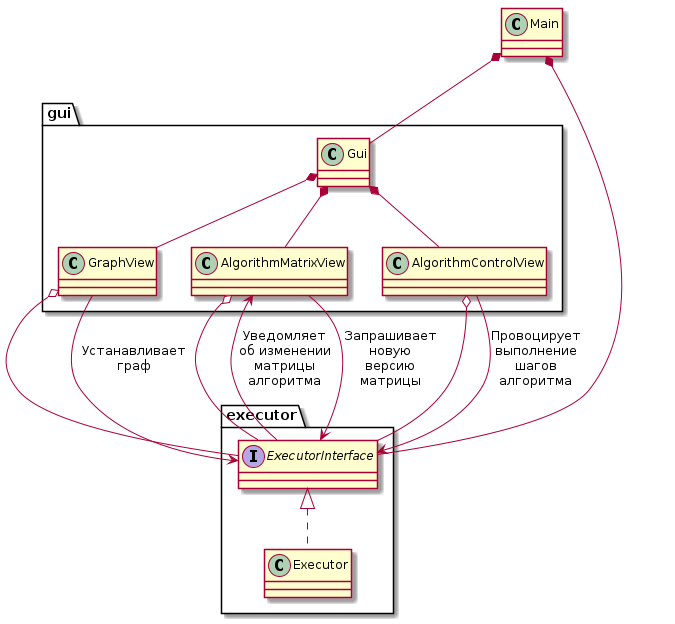
This is images/classes.png from Heliconter/floyd-warshall-visualizer, a PlantUML export, as it was before one commit. The source it was exported from:
```plantuml
@startuml
class Main
package gui {
	class GraphView
	class AlgorithmMatrixView
	class AlgorithmControlView
	class Gui
}
package executor {
	interface ExecutorInterface
	class Executor
}


Main *-- ExecutorInterface
Main *-- Gui
Gui *-- GraphView
Gui *-- AlgorithmMatrixView
Gui *-- AlgorithmControlView

GraphView o-- ExecutorInterface
GraphView --> ExecutorInterface : "Устанавливает\nграф"

AlgorithmControlView o-- ExecutorInterface
AlgorithmControlView --> ExecutorInterface : "Провоцирует\nвыполнение\nшагов\nалгоритма"

AlgorithmMatrixView o-- ExecutorInterface
AlgorithmMatrixView <-- ExecutorInterface : "Уведомляет\nоб изменении\nматрицы\nалгоритма"
AlgorithmMatrixView --> ExecutorInterface : "Запрашивает\nновую\nверсию\nматрицы"

ExecutorInterface <|.. Executor
@enduml
```
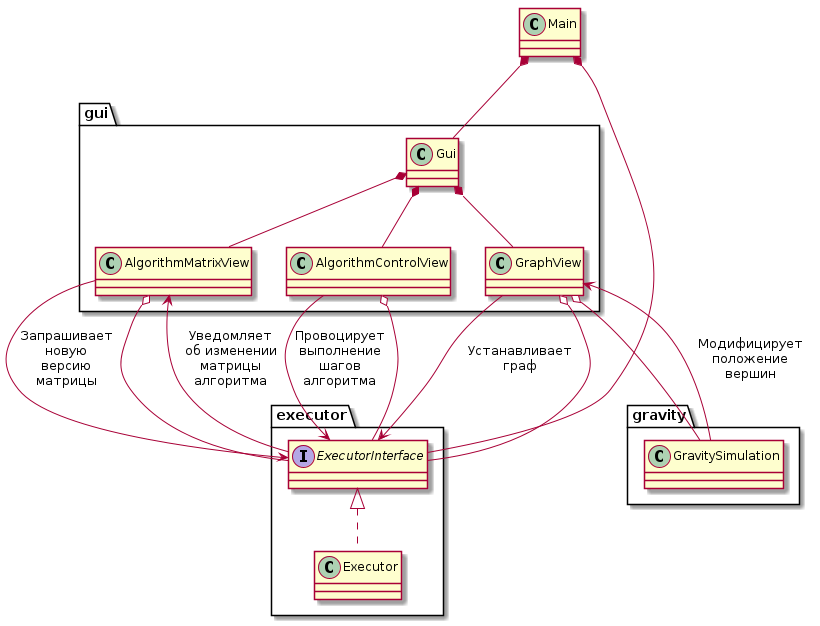
The same file after the commit.

Diff of the diagram source:
```diff
@@ -1,16 +1,22 @@
 @startuml
+
 class Main
+
 package gui {
 	class GraphView
 	class AlgorithmMatrixView
 	class AlgorithmControlView
 	class Gui
 }
+
 package executor {
 	interface ExecutorInterface
 	class Executor
 }
 
+package gravity {
+	class GravitySimulation
+}
 
 Main *-- ExecutorInterface
 Main *-- Gui
@@ -28,5 +34,8 @@
 AlgorithmMatrixView <-- ExecutorInterface : "Уведомляет\nоб изменении\nматрицы\nалгоритма"
 AlgorithmMatrixView --> ExecutorInterface : "Запрашивает\nновую\nверсию\nматрицы"
 
+GraphView o-- GravitySimulation
+GravitySimulation --> GraphView : "Модифицирует\nположение\nвершин"
+
 ExecutorInterface <|.. Executor
 @enduml
```
